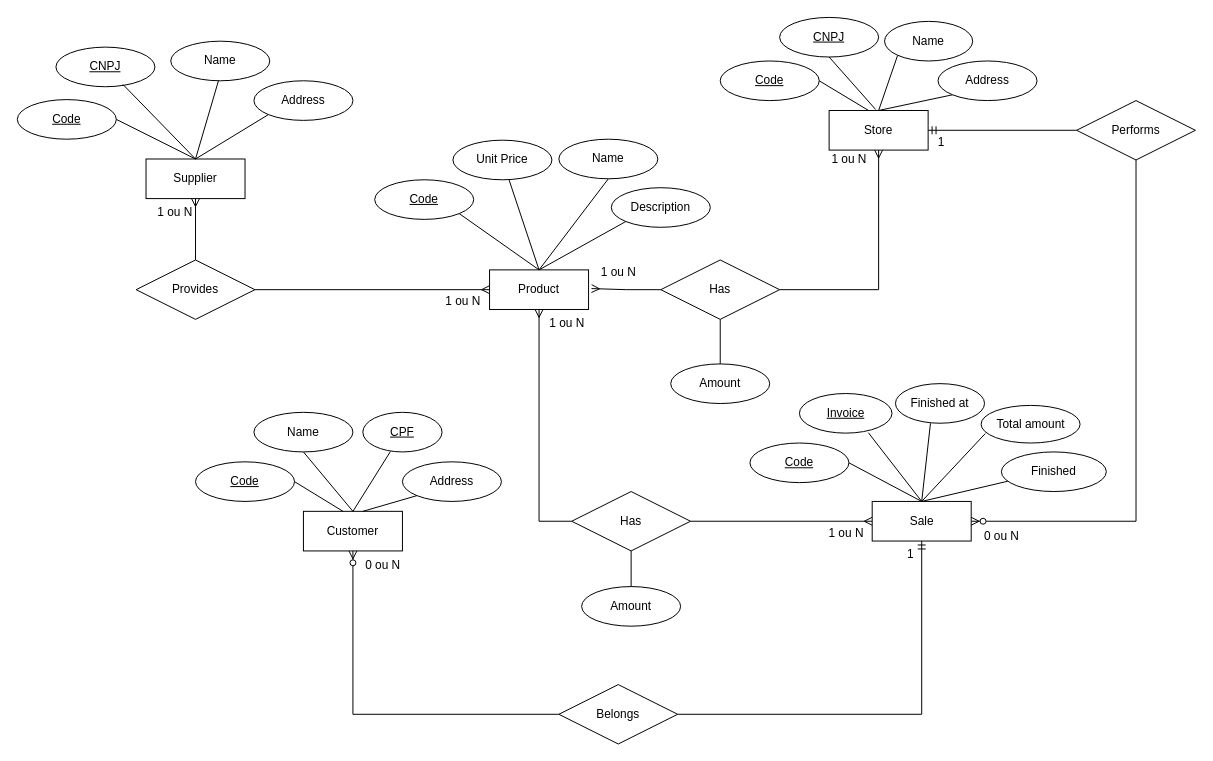
This is .gitlab/raro_geek.drawio from sabrinagomesb/raro-academy-09-geek-store, a draw.io file, before an edit. Source tidied: cells renumbered, new cells numbered last; positions are measured from the earlier drawing's top-left corner, leaving out a move shared by most shapes. Both pictures are drawn from the tidied source at 99%, with x=0, y=0 at pixel (17, 17).
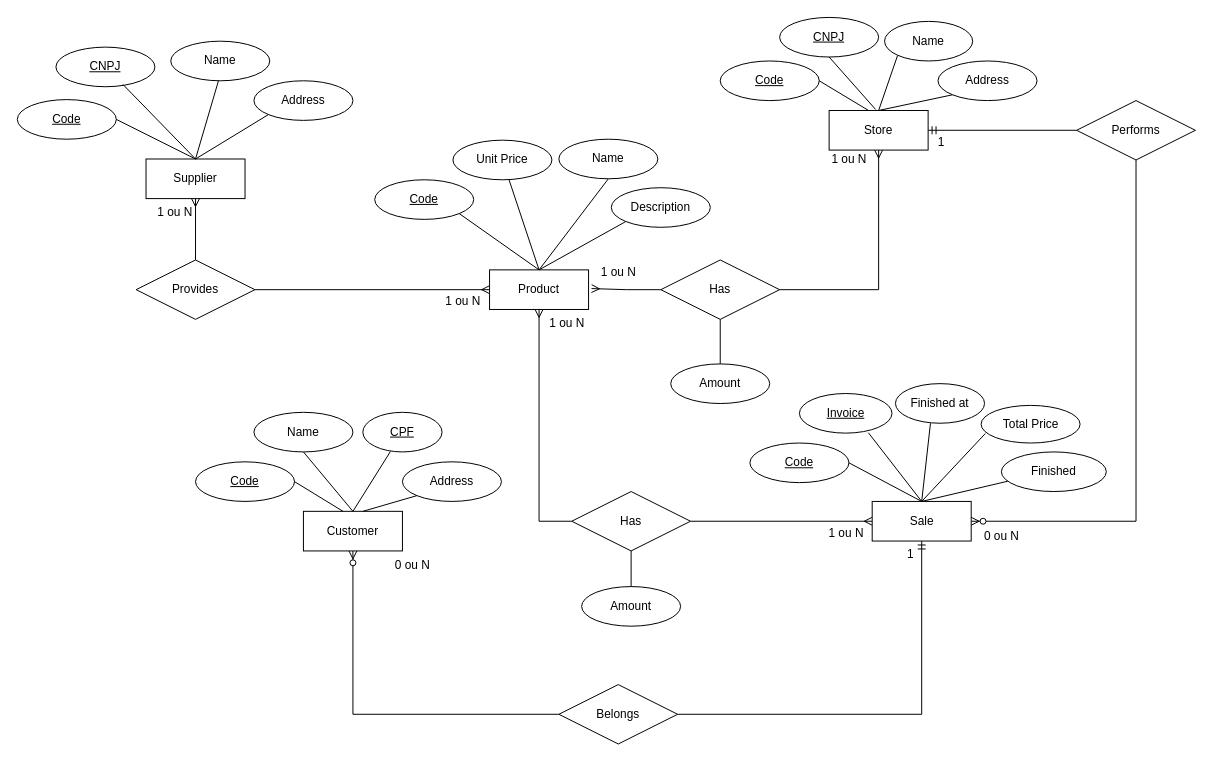
After the change.

Diff of the diagram source:
```diff
@@
-    <mxCell id="39" value="Total amount" style="ellipse;whiteSpace=wrap;html=1;align=center;" parent="1" vertex="1">
+    <mxCell id="39" value="Total Price" style="ellipse;whiteSpace=wrap;html=1;align=center;" parent="1" vertex="1">
       <mxGeometry x="973.5" y="392" width="100" height="38" as="geometry" />
     </mxCell>
@@
     <mxCell id="77" value="0 ou N" style="text;html=1;align=center;verticalAlign=middle;strokeColor=none;fillColor=none;" parent="1" vertex="1">
-      <mxGeometry x="339" y="539" width="60" height="30" as="geometry" />
+      <mxGeometry x="369" y="539" width="60" height="30" as="geometry" />
     </mxCell>
```
